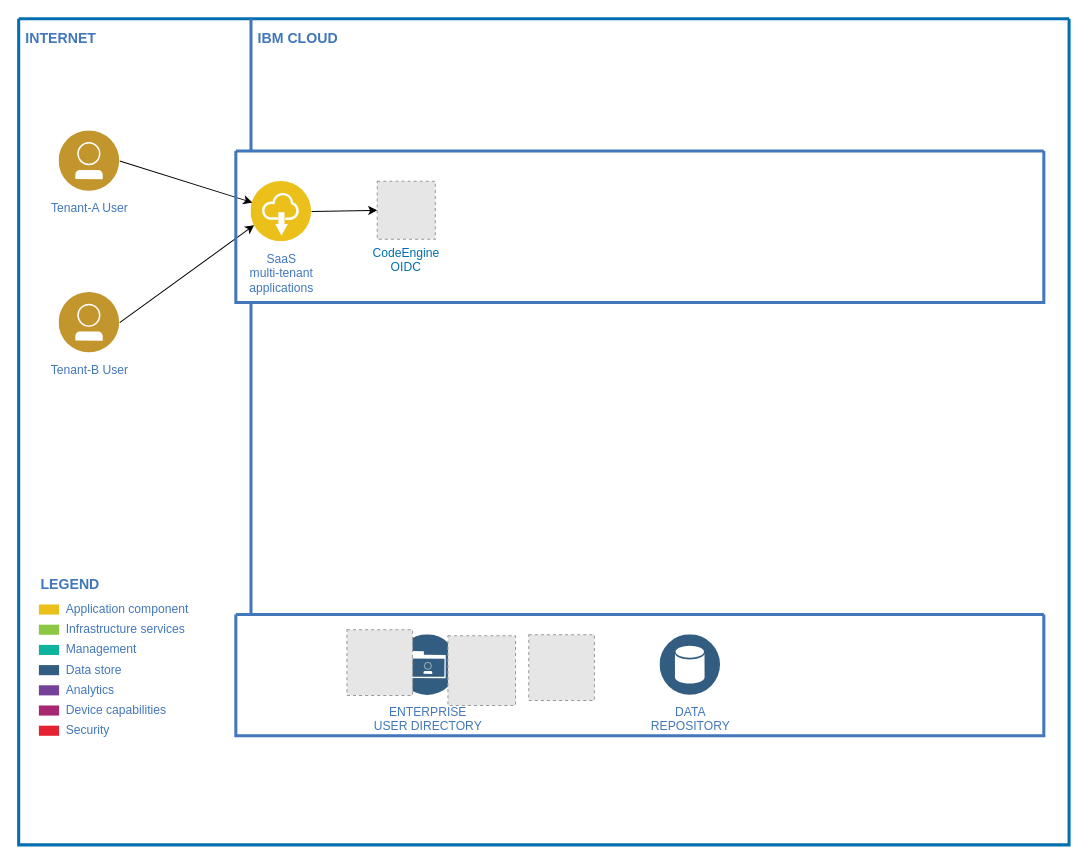
Earlier version of the draw.io diagram diagrams/multi-tenant-app-architecture.drawio (karimdeif/multi-tenancy). Source tidied: cells renumbered, new cells numbered last; positions are measured from the earlier drawing's top-left corner, leaving out a move shared by most shapes. Both pictures are drawn from the tidied source at 101%, with x=0, y=0 at pixel (18, 18). Pictures stored in the file or linked from it are replaced by grey dashed boxes.
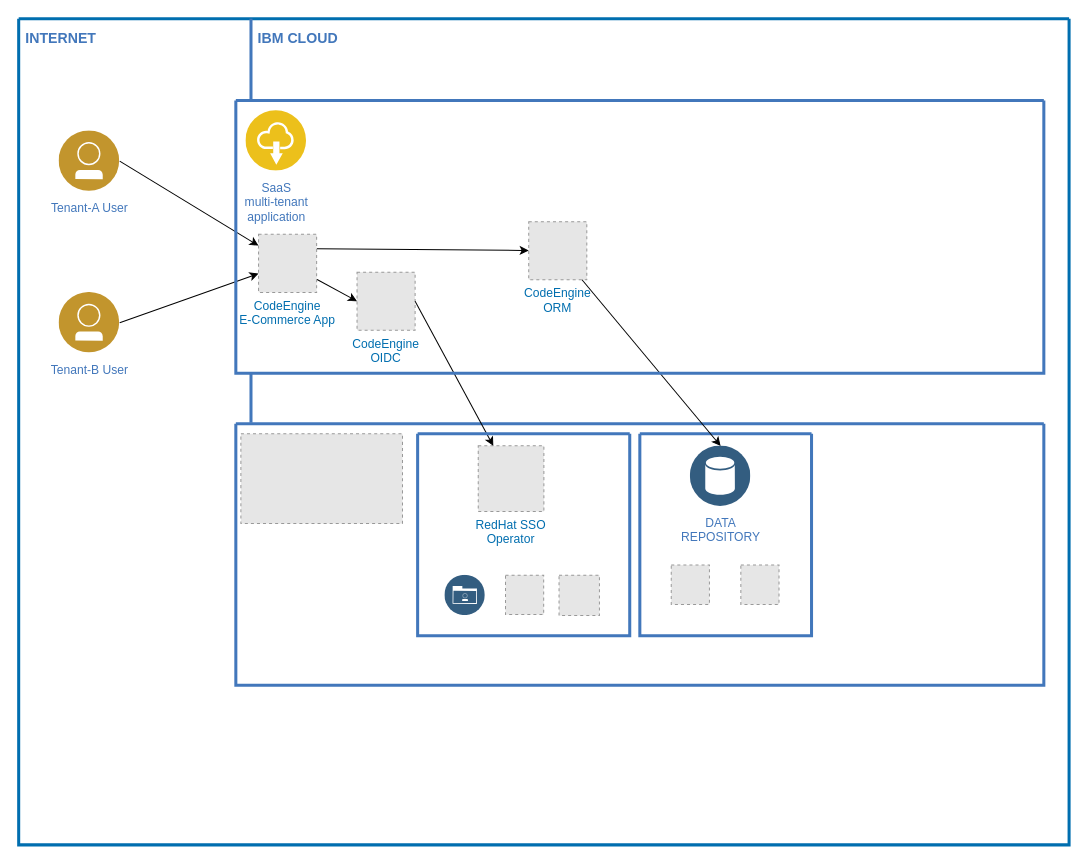
The same page after the edit.

Unchanged cells that the change refers to:
```xml
<mxCell id="2" style="swimlane;shadow=0;strokeColor=#006EAF;fillColor=#1ba1e2;fontColor=#ffffff;align=right;startSize=0;noLabel=1;strokeWidth=3;" parent="1" vertex="1">
  <mxGeometry width="1040" height="818" as="geometry" />
</mxCell>
<mxCell id="3" value="Tenant-A User" style="perimeter=ellipsePerimeter;html=1;align=center;shadow=0;dashed=0;image;image=img/lib/ibm/users/user.svg;strokeColor=#FF0000;fillColor=#FFFF66;gradientColor=none;fontColor=#4277BB;labelBackgroundColor=#ffffff;fontSize=12;spacingTop=3;" parent="2" vertex="1">
  <mxGeometry x="40" y="111" width="60" height="60" as="geometry" />
</mxCell>
<mxCell id="21" value="Tenant-B User" style="perimeter=ellipsePerimeter;html=1;align=center;shadow=0;dashed=0;image;image=img/lib/ibm/users/user.svg;strokeColor=#FF0000;fillColor=#FFFF66;gradientColor=none;fontColor=#4277BB;labelBackgroundColor=#ffffff;fontSize=12;spacingTop=3;" parent="2" vertex="1">
  <mxGeometry x="40" y="271" width="60" height="60" as="geometry" />
</mxCell>
```

Diff of the diagram source:
```diff
@@
-    <mxCell id="4" value="DATA&lt;div&gt;REPOSITORY&lt;/div&gt;" style="perimeter=ellipsePerimeter;html=1;align=center;shadow=0;dashed=0;image;image=img/lib/ibm/data/data_services.svg;strokeColor=#FF0000;fillColor=#FFFF66;gradientColor=none;fontColor=#4277BB;labelBackgroundColor=#ffffff;spacingTop=3;" parent="2" vertex="1">
-      <mxGeometry x="635" y="610" width="60" height="60" as="geometry" />
-    </mxCell>
-    <mxCell id="5" value="ENTERPRISE&lt;div&gt;USER DIRECTORY&lt;/div&gt;" style="perimeter=ellipsePerimeter;html=1;align=center;shadow=0;dashed=0;image;image=img/lib/ibm/data/enterprise_user_directory.svg;strokeColor=#FF0000;fillColor=#FFFF66;gradientColor=none;fontColor=#4277BB;labelBackgroundColor=#ffffff;spacingTop=3;" parent="2" vertex="1">
-      <mxGeometry x="375" y="610" width="60" height="60" as="geometry" />
-    </mxCell>
@@
     <mxCell id="7" style="line;strokeWidth=3;direction=south;html=1;shadow=0;labelBackgroundColor=none;fillColor=none;gradientColor=none;fontSize=12;fontColor=#4277BB;align=right;strokeColor=#4277BB;" parent="2" vertex="1">
-      <mxGeometry x="225" width="10" height="130" as="geometry" />
+      <mxGeometry x="225" width="10" height="80" as="geometry" />
     </mxCell>
     <mxCell id="8" style="line;strokeWidth=3;direction=south;html=1;shadow=0;labelBackgroundColor=none;fillColor=none;gradientColor=none;fontSize=12;fontColor=#4277BB;align=right;strokeColor=#4277BB;" parent="2" vertex="1">
-      <mxGeometry x="225" y="280" width="10" height="310" as="geometry" />
+      <mxGeometry x="225" y="350" width="10" height="50" as="geometry" />
     </mxCell>
@@
-    <mxCell id="10" value="Application component" style="rounded=0;html=1;shadow=0;labelBackgroundColor=none;strokeColor=none;strokeWidth=2;fillColor=#EBC01A;gradientColor=none;fontSize=12;fontColor=#4277BB;align=left;labelPosition=right;verticalLabelPosition=middle;verticalAlign=middle;spacingLeft=5;" parent="2" vertex="1">
-      <mxGeometry x="20" y="580" width="20" height="10" as="geometry" />
-    </mxCell>
-    <mxCell id="11" value="Infrastructure services" style="rounded=0;html=1;shadow=0;labelBackgroundColor=none;strokeColor=none;strokeWidth=2;fillColor=#8DC642;gradientColor=none;fontSize=12;fontColor=#4277BB;align=left;labelPosition=right;verticalLabelPosition=middle;verticalAlign=middle;spacingLeft=5;" parent="2" vertex="1">
-      <mxGeometry x="20" y="600" width="20" height="10" as="geometry" />
-    </mxCell>
-    <mxCell id="12" value="Management" style="rounded=0;html=1;shadow=0;labelBackgroundColor=none;strokeColor=none;strokeWidth=2;fillColor=#0DB39D;gradientColor=none;fontSize=12;fontColor=#4277BB;align=left;labelPosition=right;verticalLabelPosition=middle;verticalAlign=middle;spacingLeft=5;" parent="2" vertex="1">
-      <mxGeometry x="20" y="620" width="20" height="10" as="geometry" />
-    </mxCell>
-    <mxCell id="13" value="Data store" style="rounded=0;html=1;shadow=0;labelBackgroundColor=none;strokeColor=none;strokeWidth=2;fillColor=#335D81;gradientColor=none;fontSize=12;fontColor=#4277BB;align=left;labelPosition=right;verticalLabelPosition=middle;verticalAlign=middle;spacingLeft=5;" parent="2" vertex="1">
-      <mxGeometry x="20" y="640" width="20" height="10" as="geometry" />
-    </mxCell>
-    <mxCell id="14" value="Analytics" style="rounded=0;html=1;shadow=0;labelBackgroundColor=none;strokeColor=none;strokeWidth=2;fillColor=#744399;gradientColor=none;fontSize=12;fontColor=#4277BB;align=left;labelPosition=right;verticalLabelPosition=middle;verticalAlign=middle;spacingLeft=5;" parent="2" vertex="1">
-      <mxGeometry x="20" y="660" width="20" height="10" as="geometry" />
-    </mxCell>
-    <mxCell id="15" value="Device capabilities" style="rounded=0;html=1;shadow=0;labelBackgroundColor=none;strokeColor=none;strokeWidth=2;fillColor=#A72870;gradientColor=none;fontSize=12;fontColor=#4277BB;align=left;labelPosition=right;verticalLabelPosition=middle;verticalAlign=middle;spacingLeft=5;" parent="2" vertex="1">
-      <mxGeometry x="20" y="680" width="20" height="10" as="geometry" />
-    </mxCell>
-    <mxCell id="16" value="Security" style="rounded=0;html=1;shadow=0;labelBackgroundColor=none;strokeColor=none;strokeWidth=2;fillColor=#E52134;gradientColor=none;fontSize=12;fontColor=#4277BB;align=left;labelPosition=right;verticalLabelPosition=middle;verticalAlign=middle;spacingLeft=5;" parent="2" vertex="1">
-      <mxGeometry x="20" y="700" width="20" height="10" as="geometry" />
-    </mxCell>
-    <mxCell id="17" value="LEGEND" style="text;html=1;align=left;verticalAlign=middle;fontColor=#4277BB;shadow=0;dashed=0;strokeColor=none;fillColor=none;labelBackgroundColor=none;fontStyle=1;fontSize=14;spacingLeft=0;" parent="2" vertex="1">
-      <mxGeometry x="20" y="550" width="150" height="20" as="geometry" />
-    </mxCell>
     <mxCell id="18" value="CodeEngine&#10;OIDC" style="fillColor=#E6E6E6;strokeColor=#999999;dashed=1;verticalLabelPosition=bottom;labelBackgroundColor=#ffffff;verticalAlign=top;fontColor=#006EAF;" parent="2" vertex="1">
-      <mxGeometry x="355" y="161" width="57.5" height="57.5" as="geometry" />
+      <mxGeometry x="335" y="251" width="57.5" height="57.5" as="geometry" />
     </mxCell>
-    <mxCell id="19" style="fillColor=#E6E6E6;strokeColor=#999999;dashed=1;verticalLabelPosition=bottom;labelBackgroundColor=#ffffff;verticalAlign=top;" parent="2" vertex="1">
-      <mxGeometry x="425" y="611" width="66.9" height="69" as="geometry" />
-    </mxCell>
-    <mxCell id="20" value="SaaS&lt;div&gt;multi-tenant&lt;/div&gt;&lt;div&gt;applications&lt;/div&gt;" style="perimeter=ellipsePerimeter;html=1;align=center;shadow=0;dashed=0;image;image=img/lib/ibm/applications/saas_applications.svg;strokeColor=#FF0000;fillColor=#FFFF66;gradientColor=none;fontColor=#4277BB;labelBackgroundColor=#ffffff;spacingTop=3;" parent="2" vertex="1">
-      <mxGeometry x="230" y="161" width="60" height="60" as="geometry" />
+    <mxCell id="20" value="SaaS&lt;div&gt;multi-tenant&lt;/div&gt;&lt;div&gt;application&lt;/div&gt;" style="perimeter=ellipsePerimeter;html=1;align=center;shadow=0;dashed=0;image;image=img/lib/ibm/applications/saas_applications.svg;strokeColor=#FF0000;fillColor=#FFFF66;gradientColor=none;fontColor=#4277BB;labelBackgroundColor=#ffffff;spacingTop=3;" parent="2" vertex="1">
+      <mxGeometry x="225" y="91" width="60" height="60" as="geometry" />
     </mxCell>
@@
-    <mxCell id="22" style="endArrow=classic;html=1;fontColor=#6666FF;exitX=1;exitY=0.5;exitDx=0;exitDy=0;" parent="2" edge="1" source="3" target="20">
+    <mxCell id="22" style="endArrow=classic;html=1;fontColor=#6666FF;exitX=1;exitY=0.5;exitDx=0;exitDy=0;" parent="2" edge="1" source="3" target="37">
       <mxGeometry relative="1" as="geometry" />
     </mxCell>
-    <mxCell id="23" style="endArrow=classic;html=1;fontColor=#6666FF;exitX=1;exitY=0.5;exitDx=0;exitDy=0;entryX=0;entryY=0.75;entryDx=0;entryDy=0;" parent="2" edge="1" source="21" target="20">
+    <mxCell id="23" style="endArrow=classic;html=1;fontColor=#6666FF;exitX=1;exitY=0.5;exitDx=0;exitDy=0;" parent="2" edge="1" source="21" target="37">
       <mxGeometry relative="1" as="geometry" />
     </mxCell>
+    <mxCell id="26" style="endArrow=classic;html=1;fontColor=#006EAF;entryX=0;entryY=0.5;entryDx=0;entryDy=0;" parent="2" edge="1" source="37" target="18">
+      <mxGeometry relative="1" as="geometry" />
+    </mxCell>
+    <mxCell id="29" value="CodeEngine&#10;ORM" style="fillColor=#E6E6E6;strokeColor=#999999;dashed=1;verticalLabelPosition=bottom;labelBackgroundColor=#ffffff;verticalAlign=top;fontColor=#006EAF;" parent="2" vertex="1">
+      <mxGeometry x="505" y="201" width="57.5" height="57.5" as="geometry" />
+    </mxCell>
+    <mxCell id="30" style="endArrow=classic;html=1;fontColor=#006EAF;exitX=1;exitY=0.25;exitDx=0;exitDy=0;" parent="2" edge="1" source="37" target="29">
+      <mxGeometry relative="1" as="geometry" />
+    </mxCell>
+    <mxCell id="27" style="swimlane;shadow=0;labelBackgroundColor=#007FFF;strokeColor=#4277BB;fillColor=none;gradientColor=none;fontColor=#000000;align=right;startSize=0;strokeWidth=3;" parent="2" vertex="1">
+      <mxGeometry x="215" y="401" width="800" height="259" as="geometry" />
+    </mxCell>
+    <mxCell id="31" style="fillColor=#E6E6E6;strokeColor=#999999;dashed=1;verticalLabelPosition=bottom;labelBackgroundColor=#ffffff;verticalAlign=top;" parent="27" vertex="1">
+      <mxGeometry x="5" y="10" width="160" height="88.9" as="geometry" />
+    </mxCell>
-    <mxCell id="24" style="fillColor=#E6E6E6;strokeColor=#999999;dashed=1;verticalLabelPosition=bottom;labelBackgroundColor=#ffffff;verticalAlign=top;" parent="2" vertex="1">
-      <mxGeometry x="325" y="605" width="65" height="65" as="geometry" />
+    <mxCell id="24" value="RedHat SSO&#10;Operator" style="fillColor=#E6E6E6;strokeColor=#999999;dashed=1;verticalLabelPosition=bottom;labelBackgroundColor=#ffffff;verticalAlign=top;fontColor=#006EAF;" parent="27" vertex="1">
+      <mxGeometry x="240" y="21.9" width="65" height="65" as="geometry" />
     </mxCell>
+    <mxCell id="5" value="&lt;div&gt;&lt;br&gt;&lt;/div&gt;" style="perimeter=ellipsePerimeter;html=1;align=center;shadow=0;dashed=0;image;image=img/lib/ibm/data/enterprise_user_directory.svg;strokeColor=#FF0000;fillColor=#FFFF66;gradientColor=none;fontColor=#4277BB;labelBackgroundColor=#ffffff;spacingTop=3;" parent="27" vertex="1">
+      <mxGeometry x="207" y="150" width="40" height="40" as="geometry" />
+    </mxCell>
+    <mxCell id="19" style="fillColor=#E6E6E6;strokeColor=#999999;dashed=1;verticalLabelPosition=bottom;labelBackgroundColor=#ffffff;verticalAlign=top;" parent="27" vertex="1">
+      <mxGeometry x="267" y="150" width="37.8" height="39" as="geometry" />
+    </mxCell>
-    <mxCell id="25" style="fillColor=#E6E6E6;strokeColor=#999999;dashed=1;verticalLabelPosition=bottom;labelBackgroundColor=#ffffff;verticalAlign=top;" parent="2" vertex="1">
-      <mxGeometry x="505" y="610" width="65" height="65" as="geometry" />
+    <mxCell id="25" style="fillColor=#E6E6E6;strokeColor=#999999;dashed=1;verticalLabelPosition=bottom;labelBackgroundColor=#ffffff;verticalAlign=top;" parent="27" vertex="1">
+      <mxGeometry x="320" y="150" width="40" height="40" as="geometry" />
     </mxCell>
-    <mxCell id="26" style="endArrow=classic;html=1;fontColor=#006EAF;exitX=1;exitY=0.5;exitDx=0;exitDy=0;entryX=0;entryY=0.5;entryDx=0;entryDy=0;" parent="2" edge="1" source="20" target="18">
-      <mxGeometry relative="1" as="geometry" />
-    </mxCell>
-    <mxCell id="27" style="swimlane;shadow=0;labelBackgroundColor=#007FFF;strokeColor=#4277BB;fillColor=none;gradientColor=none;fontColor=#000000;align=right;startSize=0;strokeWidth=3;" parent="1" vertex="1">
-      <mxGeometry x="215" y="590" width="800" height="120" as="geometry" />
-    </mxCell>
+    <mxCell id="32" style="swimlane;shadow=0;labelBackgroundColor=#007FFF;strokeColor=#4277BB;fillColor=none;gradientColor=none;fontColor=#000000;align=right;startSize=0;strokeWidth=3;" parent="27" vertex="1">
+      <mxGeometry x="400" y="10" width="170" height="200" as="geometry" />
+    </mxCell>
+    <mxCell id="4" value="DATA&lt;div&gt;REPOSITORY&lt;/div&gt;" style="perimeter=ellipsePerimeter;html=1;align=center;shadow=0;dashed=0;image;image=img/lib/ibm/data/data_services.svg;strokeColor=#FF0000;fillColor=#FFFF66;gradientColor=none;fontColor=#4277BB;labelBackgroundColor=#ffffff;spacingTop=3;" parent="32" vertex="1">
+      <mxGeometry x="50" y="12" width="60" height="60" as="geometry" />
+    </mxCell>
+    <mxCell id="33" style="fillColor=#E6E6E6;strokeColor=#999999;dashed=1;verticalLabelPosition=bottom;labelBackgroundColor=#ffffff;verticalAlign=top;" parent="32" vertex="1">
+      <mxGeometry x="31.1" y="130" width="37.8" height="39" as="geometry" />
+    </mxCell>
+    <mxCell id="34" style="fillColor=#E6E6E6;strokeColor=#999999;dashed=1;verticalLabelPosition=bottom;labelBackgroundColor=#ffffff;verticalAlign=top;" parent="32" vertex="1">
+      <mxGeometry x="100" y="130" width="37.8" height="39" as="geometry" />
+    </mxCell>
+    <mxCell id="35" style="endArrow=classic;html=1;fontColor=#006EAF;exitX=1;exitY=0.5;exitDx=0;exitDy=0;" parent="2" edge="1" source="18" target="24">
+      <mxGeometry relative="1" as="geometry" />
+    </mxCell>
+    <mxCell id="36" style="endArrow=classic;html=1;fontColor=#006EAF;entryX=0.5;entryY=0;entryDx=0;entryDy=0;" parent="2" edge="1" source="29" target="4">
+      <mxGeometry relative="1" as="geometry" />
+    </mxCell>
+    <mxCell id="37" value="CodeEngine&#10;E-Commerce App" style="fillColor=#E6E6E6;strokeColor=#999999;dashed=1;verticalLabelPosition=bottom;labelBackgroundColor=#ffffff;verticalAlign=top;fontColor=#006EAF;" parent="2" vertex="1">
+      <mxGeometry x="237.5" y="213.5" width="57.5" height="57.5" as="geometry" />
+    </mxCell>
     <mxCell id="28" style="swimlane;shadow=0;labelBackgroundColor=#007FFF;strokeColor=#4277BB;fillColor=none;gradientColor=none;fontColor=#000000;align=right;startSize=0;strokeWidth=3;" parent="1" vertex="1">
-      <mxGeometry x="215" y="131" width="800" height="150" as="geometry" />
+      <mxGeometry x="215" y="81" width="800" height="270" as="geometry" />
     </mxCell>
+    <mxCell id="38" style="swimlane;shadow=0;labelBackgroundColor=#007FFF;strokeColor=#4277BB;fillColor=none;gradientColor=none;fontColor=#000000;align=right;startSize=0;strokeWidth=3;" parent="1" vertex="1">
+      <mxGeometry x="395" y="411" width="210" height="200" as="geometry" />
+    </mxCell>
```
